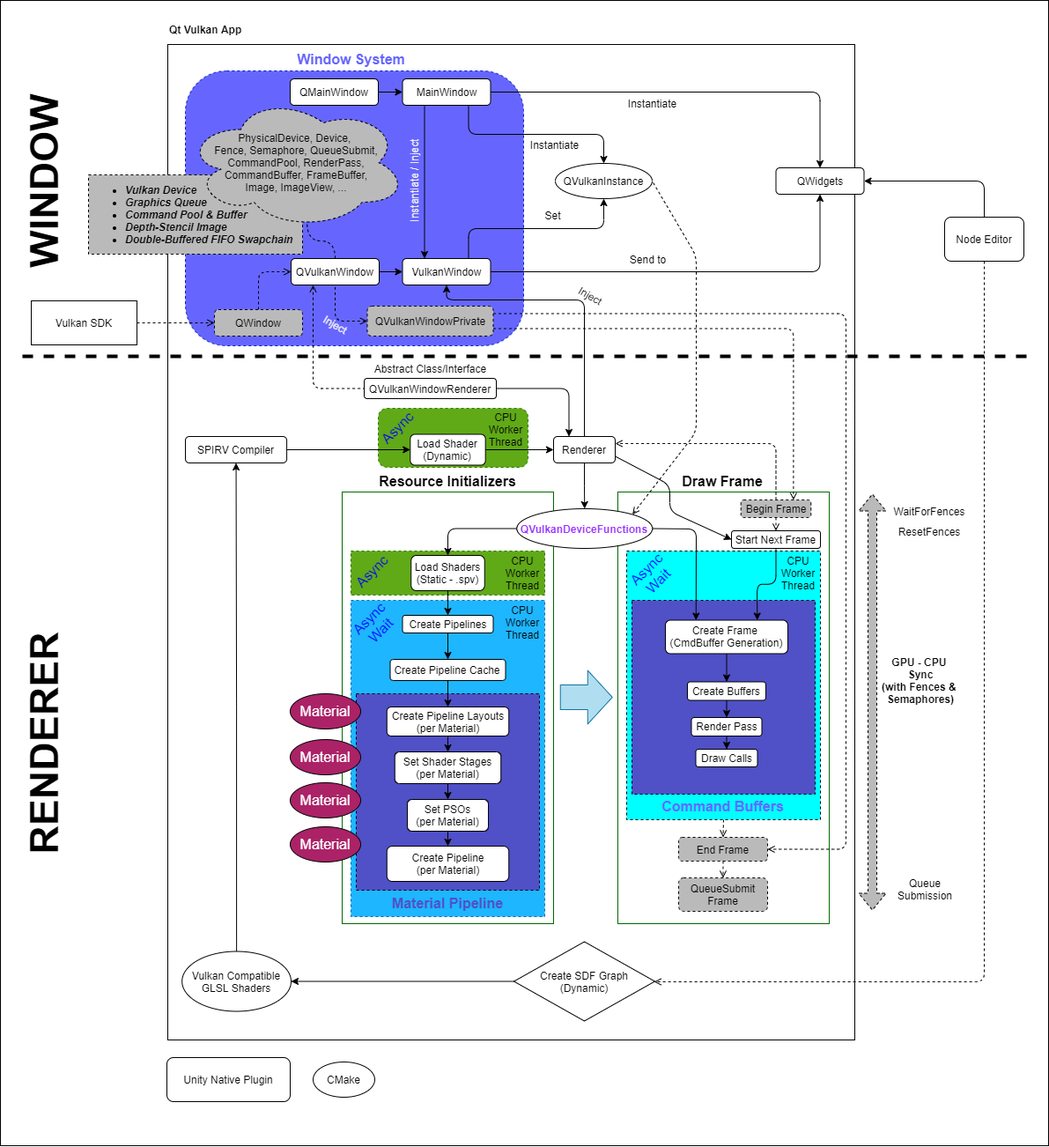
This is docs/design/high-level-architecture.png from hiradyazdan/sdf-ray4d-engine, a draw.io export, as it was before one commit. Source tidied: cells renumbered, new cells last; positions are measured from the earlier drawing's top-left corner, leaving out a move shared by most shapes.
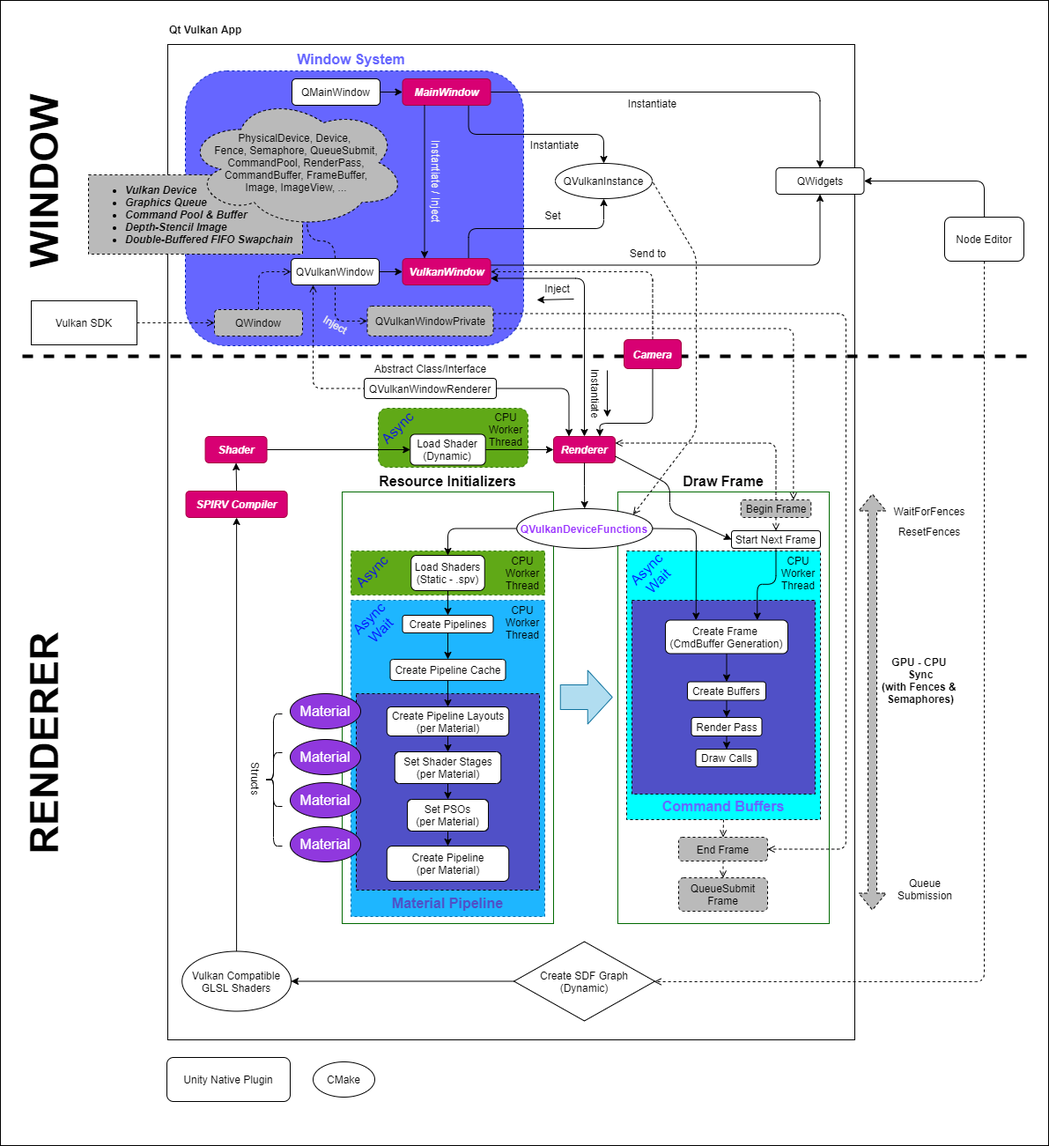
Above is the later version.

Diff of the diagram source:
```diff
@@ -69,27 +69,26 @@
     <mxCell id="22" style="edgeStyle=orthogonalEdgeStyle;rounded=1;jettySize=auto;html=1;exitX=0.75;exitY=1;exitDx=0;exitDy=0;entryX=0.5;entryY=0;entryDx=0;entryDy=0;fontColor=#7F00FF;" parent="1" edge="1" source="23" target="24">
       <mxGeometry relative="1" as="geometry" />
     </mxCell>
-    <mxCell id="23" value="MainWindow" style="rounded=1;whiteSpace=wrap;html=1;" parent="1" vertex="1">
+    <mxCell id="23" value="MainWindow" style="rounded=1;whiteSpace=wrap;html=1;fillColor=#d80073;strokeColor=#A50040;fontColor=#ffffff;fontStyle=3;" parent="1" vertex="1">
       <mxGeometry x="538.5" y="89" width="100" height="30" as="geometry" />
     </mxCell>
     <mxCell id="24" value="QVulkanInstance" style="ellipse;whiteSpace=wrap;html=1;" parent="1" vertex="1">
       <mxGeometry x="712" y="185" width="110" height="40" as="geometry" />
     </mxCell>
-    <mxCell id="25" style="edgeStyle=orthogonalEdgeStyle;rounded=1;jettySize=auto;html=1;exitX=1;exitY=0.5;exitDx=0;exitDy=0;entryX=0.5;entryY=1;entryDx=0;entryDy=0;" parent="1" edge="1" source="28" target="30">
+    <mxCell id="25" style="edgeStyle=orthogonalEdgeStyle;rounded=1;jettySize=auto;html=1;exitX=1;exitY=0.25;exitDx=0;exitDy=0;entryX=0.5;entryY=1;entryDx=0;entryDy=0;" parent="1" edge="1" source="28" target="30">
       <mxGeometry relative="1" as="geometry" />
     </mxCell>
     <mxCell id="26" style="edgeStyle=orthogonalEdgeStyle;rounded=1;jettySize=auto;html=1;exitX=0.75;exitY=0;exitDx=0;exitDy=0;entryX=0.5;entryY=1;entryDx=0;entryDy=0;fontColor=#7F00FF;" parent="1" edge="1" source="28" target="24">
       <mxGeometry relative="1" as="geometry" />
     </mxCell>
-    <mxCell id="27" style="edgeStyle=orthogonalEdgeStyle;rounded=1;jettySize=auto;html=1;exitX=0.5;exitY=1;exitDx=0;exitDy=0;entryX=0.5;entryY=0;entryDx=0;entryDy=0;fontColor=#F0F0F0;startArrow=classic;startFill=1;endArrow=none;endFill=0;fillColor=#BABABA;" parent="1" edge="1" source="28" target="39">
+    <mxCell id="27" style="edgeStyle=orthogonalEdgeStyle;rounded=1;jettySize=auto;html=1;exitX=1;exitY=0.75;exitDx=0;exitDy=0;entryX=0.5;entryY=0;entryDx=0;entryDy=0;fontColor=#F0F0F0;startArrow=classic;startFill=1;endArrow=classic;endFill=1;fillColor=#BABABA;" parent="1" edge="1" source="28" target="39">
       <mxGeometry relative="1" as="geometry">
         <Array as="points">
-          <mxPoint x="588" y="340" />
-          <mxPoint x="745" y="340" />
+          <mxPoint x="745" y="316" />
         </Array>
       </mxGeometry>
     </mxCell>
-    <mxCell id="28" value="VulkanWindow" style="rounded=1;whiteSpace=wrap;html=1;" parent="1" vertex="1">
+    <mxCell id="28" value="VulkanWindow" style="rounded=1;whiteSpace=wrap;html=1;fillColor=#d80073;strokeColor=#A50040;fontColor=#ffffff;fontStyle=3;" parent="1" vertex="1">
       <mxGeometry x="538.5" y="293" width="100" height="30" as="geometry" />
     </mxCell>
     <mxCell id="29" style="endArrow=none;dashed=1;html=1;entryX=1;entryY=0.5;entryDx=0;entryDy=0;exitX=1;exitY=0;exitDx=0;exitDy=0;startArrow=open;startFill=0;" parent="1" edge="1" source="120" target="24">
@@ -106,8 +105,8 @@
     <mxCell id="31" style="endArrow=classic;html=1;exitX=0.25;exitY=1;exitDx=0;exitDy=0;entryX=0.25;entryY=0;entryDx=0;entryDy=0;edgeStyle=orthogonalEdgeStyle;" parent="1" edge="1" source="23" target="28">
       <mxGeometry relative="1" as="geometry" />
     </mxCell>
-    <mxCell id="32" value="Instantiate / Inject" style="text;html=1;align=center;verticalAlign=middle;fillColor=none;strokeColor=none;rounded=0;rotation=270;fontColor=#F0F0F0;" parent="1" vertex="1">
-      <mxGeometry x="497" y="195" width="110" height="20" as="geometry" />
+    <mxCell id="32" value="Instantiate / Inject" style="text;html=1;align=center;verticalAlign=middle;fillColor=none;strokeColor=none;rounded=0;rotation=90;fontColor=#F0F0F0;" parent="1" vertex="1">
+      <mxGeometry x="522" y="195" width="110" height="20" as="geometry" />
     </mxCell>
     <mxCell id="33" value="Set" style="text;html=1;align=center;verticalAlign=middle;fillColor=none;strokeColor=none;rounded=0;" parent="1" vertex="1">
       <mxGeometry x="694" y="234" width="30" height="20" as="geometry" />
@@ -116,10 +115,13 @@
       <mxGeometry x="787" y="107" width="70" height="20" as="geometry" />
     </mxCell>
     <mxCell id="35" value="Send to" style="text;html=1;align=center;verticalAlign=middle;fillColor=none;strokeColor=none;rounded=0;" parent="1" vertex="1">
-      <mxGeometry x="787" y="284" width="60" height="20" as="geometry" />
+      <mxGeometry x="787" y="277" width="60" height="20" as="geometry" />
     </mxCell>
+    <mxCell id="125" style="edgeStyle=orthogonalEdgeStyle;rounded=1;jettySize=auto;html=1;exitX=0.5;exitY=0;exitDx=0;exitDy=0;entryX=0.5;entryY=1;entryDx=0;entryDy=0;" parent="1" edge="1" source="36" target="135">
+      <mxGeometry relative="1" as="geometry" />
+    </mxCell>
-    <mxCell id="36" value="SPIRV Compiler" style="rounded=1;whiteSpace=wrap;html=1;" parent="1" vertex="1">
-      <mxGeometry x="292" y="495" width="115.1" height="30" as="geometry" />
+    <mxCell id="36" value="SPIRV Compiler" style="rounded=1;whiteSpace=wrap;html=1;fillColor=#d80073;strokeColor=#A50040;fontColor=#ffffff;fontStyle=3;" parent="1" vertex="1">
+      <mxGeometry x="292.6" y="557" width="115.1" height="30" as="geometry" />
     </mxCell>
     <mxCell id="37" style="edgeStyle=orthogonalEdgeStyle;rounded=1;jettySize=auto;html=1;entryX=0.5;entryY=1;entryDx=0;entryDy=0;exitX=0.5;exitY=0;exitDx=0;exitDy=0;" parent="1" edge="1" source="38" target="36">
       <mxGeometry x="140" y="48" as="geometry" />
@@ -127,7 +129,7 @@
     <mxCell id="38" value="Vulkan Compatible GLSL Shaders" style="ellipse;whiteSpace=wrap;html=1;" parent="1" vertex="1">
       <mxGeometry x="288.2" y="1079.5" width="123.8" height="68" as="geometry" />
     </mxCell>
-    <mxCell id="39" value="Renderer" style="rounded=1;whiteSpace=wrap;html=1;" parent="1" vertex="1">
+    <mxCell id="39" value="Renderer" style="rounded=1;whiteSpace=wrap;html=1;fillColor=#d80073;strokeColor=#A50040;fontColor=#ffffff;fontStyle=3;" parent="1" vertex="1">
       <mxGeometry x="710" y="495" width="70" height="30" as="geometry" />
     </mxCell>
     <mxCell id="40" style="rounded=1;jettySize=auto;html=1;exitX=1;exitY=0.75;exitDx=0;exitDy=0;entryX=0;entryY=0.5;entryDx=0;entryDy=0;elbow=vertical;" parent="1" edge="1" source="39" target="88">
@@ -170,7 +172,7 @@
       <mxGeometry x="412" y="293" width="100" height="30" as="geometry" />
     </mxCell>
     <mxCell id="50" value="QMainWindow" style="rounded=1;whiteSpace=wrap;html=1;" parent="1" vertex="1">
-      <mxGeometry x="411" y="89" width="100" height="30" as="geometry" />
+      <mxGeometry x="413" y="89" width="100" height="30" as="geometry" />
     </mxCell>
     <mxCell id="51" style="edgeStyle=orthogonalEdgeStyle;rounded=0;jettySize=auto;html=1;exitX=0.5;exitY=1;exitDx=0;exitDy=0;entryX=0.5;entryY=0;entryDx=0;entryDy=0;" parent="1" edge="1" source="69" target="71">
       <mxGeometry x="140" y="48" as="geometry" />
@@ -241,16 +243,16 @@
     <mxCell id="72" value="Create Pipeline&lt;br&gt;(per Material)" style="rounded=1;whiteSpace=wrap;html=1;" parent="1" vertex="1">
       <mxGeometry x="520.8" y="960" width="138.5" height="40" as="geometry" />
     </mxCell>
-    <mxCell id="73" value="Material" style="ellipse;whiteSpace=wrap;html=1;fontSize=16;fillColor=#AB2267;fontColor=#FFFFFF;" parent="1" vertex="1">
+    <mxCell id="73" value="Material" style="ellipse;whiteSpace=wrap;html=1;fontSize=16;fontColor=#FFFFFF;fillColor=#9038DE;" parent="1" vertex="1">
       <mxGeometry x="411" y="787" width="80" height="40" as="geometry" />
     </mxCell>
-    <mxCell id="74" value="Material" style="ellipse;whiteSpace=wrap;html=1;fontSize=16;fillColor=#AB2267;fontColor=#FFFFFF;" parent="1" vertex="1">
+    <mxCell id="74" value="Material" style="ellipse;whiteSpace=wrap;html=1;fontSize=16;fontColor=#FFFFFF;fillColor=#9038DE;" parent="1" vertex="1">
       <mxGeometry x="411" y="839" width="80" height="40" as="geometry" />
     </mxCell>
-    <mxCell id="75" value="Material" style="ellipse;whiteSpace=wrap;html=1;fontSize=16;fillColor=#AB2267;fontColor=#FFFFFF;" parent="1" vertex="1">
+    <mxCell id="75" value="Material" style="ellipse;whiteSpace=wrap;html=1;fontSize=16;fontColor=#FFFFFF;fillColor=#9038DE;" parent="1" vertex="1">
       <mxGeometry x="411" y="888" width="80" height="40" as="geometry" />
     </mxCell>
-    <mxCell id="76" value="Material" style="ellipse;whiteSpace=wrap;html=1;fontSize=16;fillColor=#AB2267;fontColor=#FFFFFF;" parent="1" vertex="1">
+    <mxCell id="76" value="Material" style="ellipse;whiteSpace=wrap;html=1;fontSize=16;fontColor=#FFFFFF;fillColor=#9038DE;" parent="1" vertex="1">
       <mxGeometry x="411" y="938" width="80" height="40" as="geometry" />
     </mxCell>
     <mxCell id="77" value="Draw Frame" style="text;html=1;align=center;verticalAlign=middle;whiteSpace=wrap;rounded=0;dashed=1;fontSize=16;fontStyle=1;" parent="1" vertex="1">
@@ -351,9 +353,6 @@
     <mxCell id="103" value="Set Shader Stages&lt;br&gt;(per Material)" style="rounded=1;whiteSpace=wrap;html=1;" parent="1" vertex="1">
       <mxGeometry x="529.8" y="853" width="120.5" height="36" as="geometry" />
     </mxCell>
-    <mxCell id="104" value="Inject" style="text;html=1;align=center;verticalAlign=middle;fillColor=none;strokeColor=none;rounded=0;rotation=30;" parent="1" vertex="1">
-      <mxGeometry x="732" y="325" width="40" height="20" as="geometry" />
-    </mxCell>
     <mxCell id="105" style="endArrow=none;dashed=1;html=1;fillColor=#BABABA;fontStyle=3;fontColor=#990000;rounded=0;strokeWidth=4;" parent="1" edge="1">
       <mxGeometry relative="1" as="geometry">
         <mxPoint x="107" y="404" as="sourcePoint" />
@@ -381,7 +380,7 @@
     <mxCell id="112" value="&lt;font color=&quot;#0000ff&quot;&gt;Async&lt;/font&gt;" style="text;html=1;strokeColor=none;fillColor=none;align=center;verticalAlign=middle;whiteSpace=wrap;rounded=0;dashed=1;fontSize=16;fontColor=#FFFFFF;rotation=-45;" parent="1" vertex="1">
       <mxGeometry x="513" y="475" width="40" height="20" as="geometry" />
     </mxCell>
-    <mxCell id="113" style="edgeStyle=orthogonalEdgeStyle;rounded=1;jettySize=auto;html=1;exitX=1;exitY=0.5;exitDx=0;exitDy=0;entryX=0;entryY=0.5;entryDx=0;entryDy=0;startArrow=none;startFill=0;endArrow=classic;endFill=1;" parent="1" edge="1" source="36" target="111">
+    <mxCell id="113" style="edgeStyle=orthogonalEdgeStyle;rounded=1;jettySize=auto;html=1;exitX=1;exitY=0.5;exitDx=0;exitDy=0;entryX=0;entryY=0.5;entryDx=0;entryDy=0;startArrow=none;startFill=0;endArrow=classic;endFill=1;" parent="1" edge="1" source="135" target="111">
       <mxGeometry relative="1" as="geometry" />
     </mxCell>
     <mxCell id="114" style="edgeStyle=orthogonalEdgeStyle;rounded=1;jettySize=auto;html=1;exitX=1;exitY=0.5;exitDx=0;exitDy=0;entryX=0;entryY=0.5;entryDx=0;entryDy=0;endArrow=classic;endFill=1;" parent="1" edge="1" source="111" target="39">
@@ -417,5 +416,49 @@
     <mxCell id="124" value="Abstract Class/Interface" style="text;html=1;align=center;verticalAlign=middle;fillColor=none;strokeColor=none;rounded=0;" parent="1" vertex="1">
       <mxGeometry x="500" y="408" width="140" height="20" as="geometry" />
     </mxCell>
+    <mxCell id="126" value="Instantiate" style="text;html=1;align=center;verticalAlign=middle;fillColor=none;strokeColor=none;rounded=0;rotation=90;" parent="1" vertex="1">
+      <mxGeometry x="723" y="436" width="70" height="20" as="geometry" />
+    </mxCell>
+    <mxCell id="127" style="endArrow=classic;html=1;exitX=0.886;exitY=-0.05;exitDx=0;exitDy=0;exitPerimeter=0;" parent="1" edge="1">
+      <mxGeometry x="623" y="353" as="geometry">
+        <mxPoint x="771" y="420" as="sourcePoint" />
+        <mxPoint x="771" y="473" as="targetPoint" />
+      </mxGeometry>
+    </mxCell>
+    <mxCell id="128" style="edgeStyle=orthogonalEdgeStyle;rounded=1;jettySize=auto;html=1;exitX=0.5;exitY=1;exitDx=0;exitDy=0;entryX=0.75;entryY=0;entryDx=0;entryDy=0;endArrow=classic;endFill=1;" parent="1" edge="1" source="130" target="39">
+      <mxGeometry relative="1" as="geometry">
+        <Array as="points">
+          <mxPoint x="823" y="480" />
+          <mxPoint x="763" y="480" />
+        </Array>
+      </mxGeometry>
+    </mxCell>
+    <mxCell id="129" style="edgeStyle=orthogonalEdgeStyle;rounded=1;jettySize=auto;html=1;exitX=0.5;exitY=0;exitDx=0;exitDy=0;entryX=1;entryY=0.5;entryDx=0;entryDy=0;endArrow=open;endFill=0;dashed=1;" parent="1" edge="1" source="130" target="28">
+      <mxGeometry relative="1" as="geometry" />
+    </mxCell>
+    <mxCell id="130" value="Camera" style="rounded=1;whiteSpace=wrap;html=1;fillColor=#d80073;strokeColor=#A50040;fontColor=#ffffff;fontStyle=3;" parent="1" vertex="1">
+      <mxGeometry x="790" y="385" width="65" height="33" as="geometry" />
+    </mxCell>
+    <mxCell id="104" value="Inject" style="text;html=1;align=center;verticalAlign=middle;fillColor=none;strokeColor=none;rounded=0;rotation=0;" parent="1" vertex="1">
+      <mxGeometry x="694" y="317" width="40" height="20" as="geometry" />
+    </mxCell>
+    <mxCell id="131" style="endArrow=classic;html=1;exitX=0.975;exitY=-0.1;exitDx=0;exitDy=0;exitPerimeter=0;entryX=-0.075;entryY=-0.05;entryDx=0;entryDy=0;entryPerimeter=0;" parent="1" edge="1">
+      <mxGeometry x="562" y="261" as="geometry">
+        <mxPoint x="733" y="339" as="sourcePoint" />
+        <mxPoint x="691" y="340" as="targetPoint" />
+      </mxGeometry>
+    </mxCell>
+    <mxCell id="132" style="shape=curlyBracket;whiteSpace=wrap;html=1;rounded=1;fillColor=#9038DE;" parent="1" vertex="1">
+      <mxGeometry x="382" y="854" width="20" height="61" as="geometry" />
+    </mxCell>
+    <mxCell id="133" style="shape=curlyBracket;whiteSpace=wrap;html=1;rounded=1;fillColor=#9038DE;" parent="1" vertex="1">
+      <mxGeometry x="382" y="810" width="20" height="150" as="geometry" />
+    </mxCell>
+    <mxCell id="134" value="Structs" style="text;html=1;strokeColor=none;fillColor=none;align=center;verticalAlign=middle;whiteSpace=wrap;rounded=0;rotation=90;" parent="1" vertex="1">
+      <mxGeometry x="352" y="874" width="40" height="20" as="geometry" />
+    </mxCell>
+    <mxCell id="135" value="Shader" style="rounded=1;whiteSpace=wrap;html=1;fillColor=#d80073;strokeColor=#A50040;fontColor=#ffffff;fontStyle=3;" parent="1" vertex="1">
+      <mxGeometry x="314.5" y="495" width="70" height="30" as="geometry" />
+    </mxCell>
   </root>
 </mxGraphModel>
```
